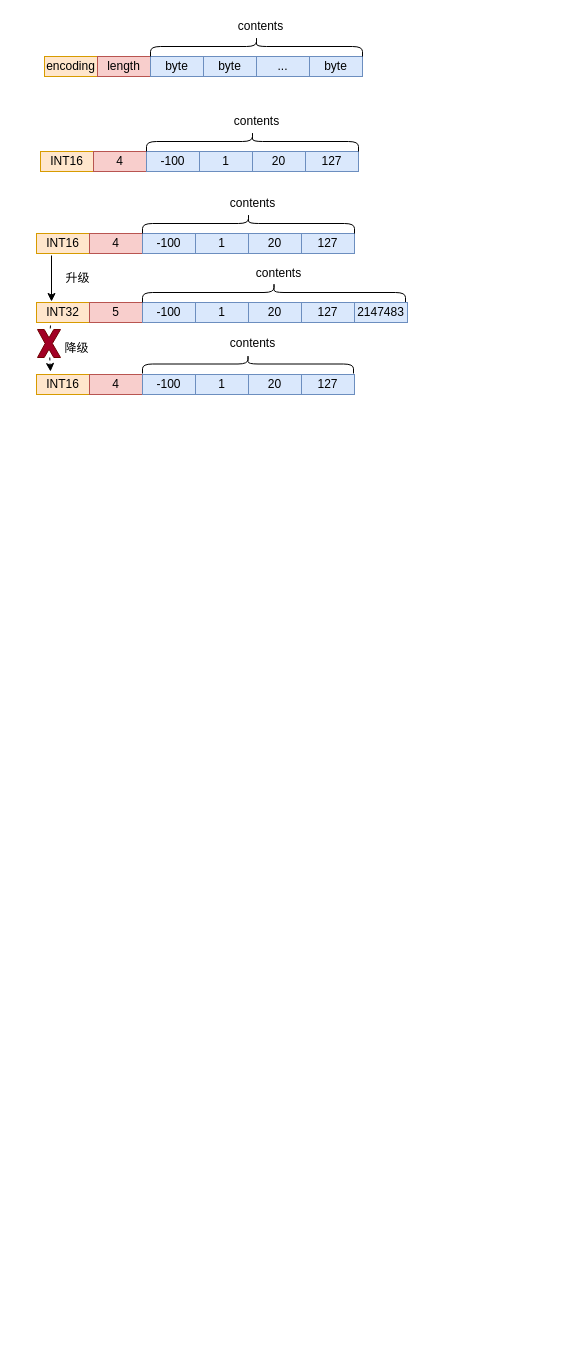
Before: objects/uml/intset.drawio in guozhaoxin/redis-src-code, a draw.io diagram. Source tidied: cells renumbered, new cells numbered last; positions are measured from the earlier drawing's top-left corner, leaving out a move shared by most shapes. Both pictures are drawn from the tidied source at 100%, with x=0, y=0 at pixel (36, 17).
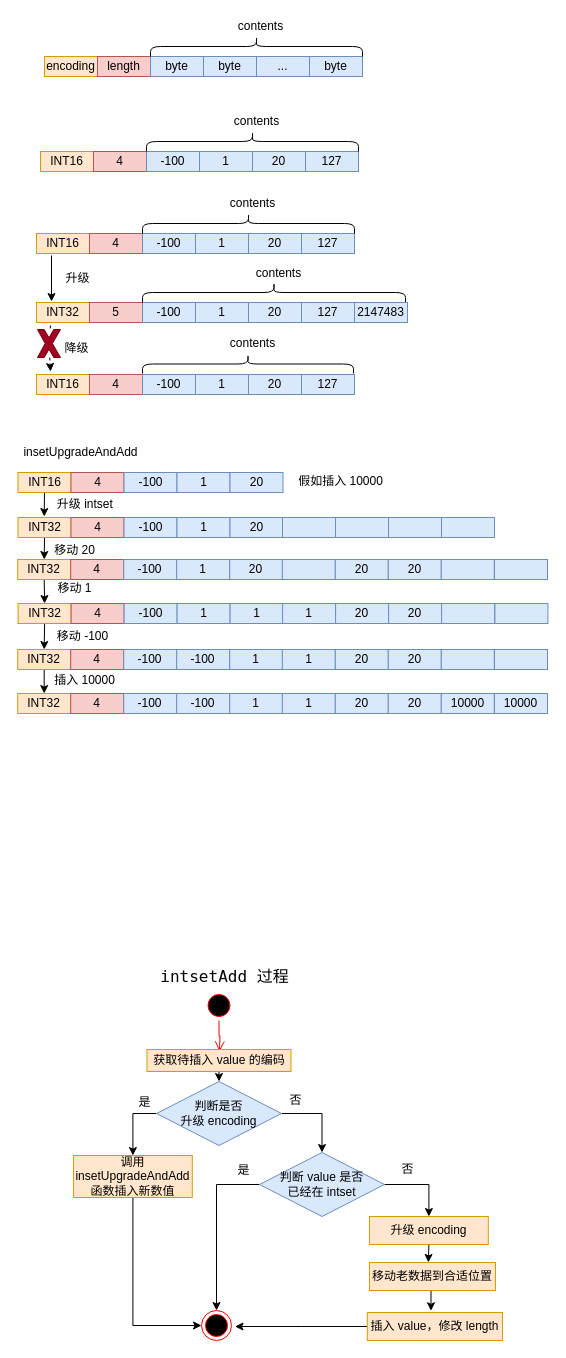
Above is the later version.

Commit message (it also covers changes not shown here):
:tada: 完成 intset 的整理

What changed in the source:
```diff
@@
+    <mxCell id="49" style="edgeStyle=orthogonalEdgeStyle;rounded=0;jettySize=auto;html=1;exitX=0.5;exitY=1;exitDx=0;exitDy=0;" parent="1" edge="1" source="50">
+      <mxGeometry relative="1" as="geometry">
+        <mxPoint x="7.7" y="499" as="targetPoint" />
+      </mxGeometry>
+    </mxCell>
+    <mxCell id="50" value="INT16" style="rounded=0;whiteSpace=wrap;html=1;fillColor=#ffe6cc;strokeColor=#d79b00;" parent="1" vertex="1">
+      <mxGeometry x="-18.5" y="455" width="53" height="20" as="geometry" />
+    </mxCell>
+    <mxCell id="51" value="4" style="rounded=0;whiteSpace=wrap;html=1;fillColor=#f8cecc;strokeColor=#b85450;" parent="1" vertex="1">
+      <mxGeometry x="34.5" y="455" width="53" height="20" as="geometry" />
+    </mxCell>
+    <mxCell id="52" value="-100" style="rounded=0;whiteSpace=wrap;html=1;fillColor=#dae8fc;strokeColor=#6c8ebf;" parent="1" vertex="1">
+      <mxGeometry x="87.5" y="455" width="53" height="20" as="geometry" />
+    </mxCell>
+    <mxCell id="53" value="1" style="rounded=0;whiteSpace=wrap;html=1;fillColor=#dae8fc;strokeColor=#6c8ebf;" parent="1" vertex="1">
+      <mxGeometry x="140.5" y="455" width="53" height="20" as="geometry" />
+    </mxCell>
+    <mxCell id="54" value="20" style="rounded=0;whiteSpace=wrap;html=1;fillColor=#dae8fc;strokeColor=#6c8ebf;" parent="1" vertex="1">
+      <mxGeometry x="193.5" y="455" width="53" height="20" as="geometry" />
+    </mxCell>
+    <mxCell id="55" style="edgeStyle=orthogonalEdgeStyle;rounded=0;jettySize=auto;html=1;exitX=0.5;exitY=1;exitDx=0;exitDy=0;entryX=0.5;entryY=0;entryDx=0;entryDy=0;" parent="1" edge="1" source="56" target="67">
+      <mxGeometry relative="1" as="geometry" />
+    </mxCell>
+    <mxCell id="56" value="INT32" style="rounded=0;whiteSpace=wrap;html=1;fillColor=#ffe6cc;strokeColor=#d79b00;" parent="1" vertex="1">
+      <mxGeometry x="-18.5" y="500" width="53" height="20" as="geometry" />
+    </mxCell>
+    <mxCell id="57" value="4" style="rounded=0;whiteSpace=wrap;html=1;fillColor=#f8cecc;strokeColor=#b85450;" parent="1" vertex="1">
+      <mxGeometry x="34.5" y="500" width="53" height="20" as="geometry" />
+    </mxCell>
+    <mxCell id="58" value="-100" style="rounded=0;whiteSpace=wrap;html=1;fillColor=#dae8fc;strokeColor=#6c8ebf;" parent="1" vertex="1">
+      <mxGeometry x="87.5" y="500" width="53" height="20" as="geometry" />
+    </mxCell>
+    <mxCell id="59" value="1" style="rounded=0;whiteSpace=wrap;html=1;fillColor=#dae8fc;strokeColor=#6c8ebf;" parent="1" vertex="1">
+      <mxGeometry x="140.5" y="500" width="53" height="20" as="geometry" />
+    </mxCell>
+    <mxCell id="60" value="20" style="rounded=0;whiteSpace=wrap;html=1;fillColor=#dae8fc;strokeColor=#6c8ebf;" parent="1" vertex="1">
+      <mxGeometry x="193.5" y="500" width="53" height="20" as="geometry" />
+    </mxCell>
+    <mxCell id="61" style="rounded=0;whiteSpace=wrap;html=1;fillColor=#dae8fc;strokeColor=#6c8ebf;" parent="1" vertex="1">
+      <mxGeometry x="246" y="500" width="53" height="20" as="geometry" />
+    </mxCell>
+    <mxCell id="62" style="rounded=0;whiteSpace=wrap;html=1;fillColor=#dae8fc;strokeColor=#6c8ebf;" parent="1" vertex="1">
+      <mxGeometry x="299" y="500" width="53" height="20" as="geometry" />
+    </mxCell>
+    <mxCell id="63" style="rounded=0;whiteSpace=wrap;html=1;fillColor=#dae8fc;strokeColor=#6c8ebf;" parent="1" vertex="1">
+      <mxGeometry x="352" y="500" width="53" height="20" as="geometry" />
+    </mxCell>
+    <mxCell id="64" value="insetUpgradeAndAdd" style="text;html=1;align=center;verticalAlign=middle;strokeColor=none;fillColor=none;" parent="1" vertex="1">
+      <mxGeometry x="-18.5" y="426" width="124" height="18" as="geometry" />
+    </mxCell>
+    <mxCell id="65" style="rounded=0;whiteSpace=wrap;html=1;fillColor=#dae8fc;strokeColor=#6c8ebf;" parent="1" vertex="1">
+      <mxGeometry x="405" y="500" width="53" height="20" as="geometry" />
+    </mxCell>
+    <mxCell id="66" style="edgeStyle=orthogonalEdgeStyle;rounded=0;jettySize=auto;html=1;exitX=0.5;exitY=1;exitDx=0;exitDy=0;entryX=0.5;entryY=0;entryDx=0;entryDy=0;" parent="1" edge="1" source="67" target="79">
+      <mxGeometry relative="1" as="geometry" />
+    </mxCell>
+    <mxCell id="67" value="INT32" style="rounded=0;whiteSpace=wrap;html=1;fillColor=#ffe6cc;strokeColor=#d79b00;" parent="1" vertex="1">
+      <mxGeometry x="-18.8" y="542" width="53" height="20" as="geometry" />
+    </mxCell>
+    <mxCell id="68" value="4" style="rounded=0;whiteSpace=wrap;html=1;fillColor=#f8cecc;strokeColor=#b85450;" parent="1" vertex="1">
+      <mxGeometry x="34.2" y="542" width="53" height="20" as="geometry" />
+    </mxCell>
+    <mxCell id="69" value="-100" style="rounded=0;whiteSpace=wrap;html=1;fillColor=#dae8fc;strokeColor=#6c8ebf;" parent="1" vertex="1">
+      <mxGeometry x="87.2" y="542" width="53" height="20" as="geometry" />
+    </mxCell>
+    <mxCell id="70" value="1" style="rounded=0;whiteSpace=wrap;html=1;fillColor=#dae8fc;strokeColor=#6c8ebf;" parent="1" vertex="1">
+      <mxGeometry x="140.2" y="542" width="53" height="20" as="geometry" />
+    </mxCell>
+    <mxCell id="71" value="20" style="rounded=0;whiteSpace=wrap;html=1;fillColor=#dae8fc;strokeColor=#6c8ebf;" parent="1" vertex="1">
+      <mxGeometry x="193.2" y="542" width="53" height="20" as="geometry" />
+    </mxCell>
+    <mxCell id="72" style="rounded=0;whiteSpace=wrap;html=1;fillColor=#dae8fc;strokeColor=#6c8ebf;" parent="1" vertex="1">
+      <mxGeometry x="245.8" y="542" width="53" height="20" as="geometry" />
+    </mxCell>
+    <mxCell id="73" value="20" style="rounded=0;whiteSpace=wrap;html=1;fillColor=#dae8fc;strokeColor=#6c8ebf;" parent="1" vertex="1">
+      <mxGeometry x="298.8" y="542" width="53" height="20" as="geometry" />
+    </mxCell>
+    <mxCell id="74" value="20" style="rounded=0;whiteSpace=wrap;html=1;fillColor=#dae8fc;strokeColor=#6c8ebf;" parent="1" vertex="1">
+      <mxGeometry x="351.8" y="542" width="53" height="20" as="geometry" />
+    </mxCell>
+    <mxCell id="75" style="rounded=0;whiteSpace=wrap;html=1;fillColor=#dae8fc;strokeColor=#6c8ebf;" parent="1" vertex="1">
+      <mxGeometry x="404.8" y="542" width="53" height="20" as="geometry" />
+    </mxCell>
+    <mxCell id="76" value="假如插入 10000" style="text;html=1;align=center;verticalAlign=middle;strokeColor=none;fillColor=none;" parent="1" vertex="1">
+      <mxGeometry x="256.8" y="455" width="95" height="18" as="geometry" />
+    </mxCell>
+    <mxCell id="77" style="rounded=0;whiteSpace=wrap;html=1;fillColor=#dae8fc;strokeColor=#6c8ebf;" parent="1" vertex="1">
+      <mxGeometry x="458" y="542" width="53" height="20" as="geometry" />
+    </mxCell>
+    <mxCell id="78" style="edgeStyle=orthogonalEdgeStyle;rounded=0;jettySize=auto;html=1;exitX=0.5;exitY=1;exitDx=0;exitDy=0;entryX=0.5;entryY=0;entryDx=0;entryDy=0;" parent="1" edge="1" source="79" target="90">
+      <mxGeometry relative="1" as="geometry" />
+    </mxCell>
+    <mxCell id="79" value="INT32" style="rounded=0;whiteSpace=wrap;html=1;fillColor=#ffe6cc;strokeColor=#d79b00;" parent="1" vertex="1">
+      <mxGeometry x="-18.4" y="586" width="53" height="20" as="geometry" />
+    </mxCell>
+    <mxCell id="80" value="4" style="rounded=0;whiteSpace=wrap;html=1;fillColor=#f8cecc;strokeColor=#b85450;" parent="1" vertex="1">
+      <mxGeometry x="34.6" y="586" width="53" height="20" as="geometry" />
+    </mxCell>
+    <mxCell id="81" value="-100" style="rounded=0;whiteSpace=wrap;html=1;fillColor=#dae8fc;strokeColor=#6c8ebf;" parent="1" vertex="1">
+      <mxGeometry x="87.6" y="586" width="53" height="20" as="geometry" />
+    </mxCell>
+    <mxCell id="82" value="1" style="rounded=0;whiteSpace=wrap;html=1;fillColor=#dae8fc;strokeColor=#6c8ebf;" parent="1" vertex="1">
+      <mxGeometry x="140.6" y="586" width="53" height="20" as="geometry" />
+    </mxCell>
+    <mxCell id="83" value="1" style="rounded=0;whiteSpace=wrap;html=1;fillColor=#dae8fc;strokeColor=#6c8ebf;" parent="1" vertex="1">
+      <mxGeometry x="193.6" y="586" width="53" height="20" as="geometry" />
+    </mxCell>
+    <mxCell id="84" value="1" style="rounded=0;whiteSpace=wrap;html=1;fillColor=#dae8fc;strokeColor=#6c8ebf;" parent="1" vertex="1">
+      <mxGeometry x="246.1" y="586" width="53" height="20" as="geometry" />
+    </mxCell>
+    <mxCell id="85" value="20" style="rounded=0;whiteSpace=wrap;html=1;fillColor=#dae8fc;strokeColor=#6c8ebf;" parent="1" vertex="1">
+      <mxGeometry x="299.1" y="586" width="53" height="20" as="geometry" />
+    </mxCell>
+    <mxCell id="86" value="20" style="rounded=0;whiteSpace=wrap;html=1;fillColor=#dae8fc;strokeColor=#6c8ebf;" parent="1" vertex="1">
+      <mxGeometry x="352.1" y="586" width="53" height="20" as="geometry" />
+    </mxCell>
+    <mxCell id="87" style="rounded=0;whiteSpace=wrap;html=1;fillColor=#dae8fc;strokeColor=#6c8ebf;" parent="1" vertex="1">
+      <mxGeometry x="405.1" y="586" width="53" height="20" as="geometry" />
+    </mxCell>
+    <mxCell id="88" style="rounded=0;whiteSpace=wrap;html=1;fillColor=#dae8fc;strokeColor=#6c8ebf;" parent="1" vertex="1">
+      <mxGeometry x="458.4" y="586" width="53" height="20" as="geometry" />
+    </mxCell>
+    <mxCell id="89" style="edgeStyle=orthogonalEdgeStyle;rounded=0;jettySize=auto;html=1;exitX=0.5;exitY=1;exitDx=0;exitDy=0;entryX=0.5;entryY=0;entryDx=0;entryDy=0;" parent="1" edge="1" source="90" target="100">
+      <mxGeometry relative="1" as="geometry" />
+    </mxCell>
+    <mxCell id="90" value="INT32" style="rounded=0;whiteSpace=wrap;html=1;fillColor=#ffe6cc;strokeColor=#d79b00;" parent="1" vertex="1">
+      <mxGeometry x="-18.8" y="632" width="53" height="20" as="geometry" />
+    </mxCell>
+    <mxCell id="91" value="4" style="rounded=0;whiteSpace=wrap;html=1;fillColor=#f8cecc;strokeColor=#b85450;" parent="1" vertex="1">
+      <mxGeometry x="34.2" y="632" width="53" height="20" as="geometry" />
+    </mxCell>
+    <mxCell id="92" value="-100" style="rounded=0;whiteSpace=wrap;html=1;fillColor=#dae8fc;strokeColor=#6c8ebf;" parent="1" vertex="1">
+      <mxGeometry x="87.2" y="632" width="53" height="20" as="geometry" />
+    </mxCell>
+    <mxCell id="93" value="-100" style="rounded=0;whiteSpace=wrap;html=1;fillColor=#dae8fc;strokeColor=#6c8ebf;" parent="1" vertex="1">
+      <mxGeometry x="140.2" y="632" width="53" height="20" as="geometry" />
+    </mxCell>
+    <mxCell id="94" value="1" style="rounded=0;whiteSpace=wrap;html=1;fillColor=#dae8fc;strokeColor=#6c8ebf;" parent="1" vertex="1">
+      <mxGeometry x="193.2" y="632" width="53" height="20" as="geometry" />
+    </mxCell>
+    <mxCell id="95" value="1" style="rounded=0;whiteSpace=wrap;html=1;fillColor=#dae8fc;strokeColor=#6c8ebf;" parent="1" vertex="1">
+      <mxGeometry x="245.8" y="632" width="53" height="20" as="geometry" />
+    </mxCell>
+    <mxCell id="96" value="20" style="rounded=0;whiteSpace=wrap;html=1;fillColor=#dae8fc;strokeColor=#6c8ebf;" parent="1" vertex="1">
+      <mxGeometry x="298.8" y="632" width="53" height="20" as="geometry" />
+    </mxCell>
+    <mxCell id="97" value="20" style="rounded=0;whiteSpace=wrap;html=1;fillColor=#dae8fc;strokeColor=#6c8ebf;" parent="1" vertex="1">
+      <mxGeometry x="351.8" y="632" width="53" height="20" as="geometry" />
+    </mxCell>
+    <mxCell id="98" style="rounded=0;whiteSpace=wrap;html=1;fillColor=#dae8fc;strokeColor=#6c8ebf;" parent="1" vertex="1">
+      <mxGeometry x="404.8" y="632" width="53" height="20" as="geometry" />
+    </mxCell>
+    <mxCell id="99" style="rounded=0;whiteSpace=wrap;html=1;fillColor=#dae8fc;strokeColor=#6c8ebf;" parent="1" vertex="1">
+      <mxGeometry x="458" y="632" width="53" height="20" as="geometry" />
+    </mxCell>
+    <mxCell id="100" value="INT32" style="rounded=0;whiteSpace=wrap;html=1;fillColor=#ffe6cc;strokeColor=#d79b00;" parent="1" vertex="1">
+      <mxGeometry x="-18.8" y="676" width="53" height="20" as="geometry" />
+    </mxCell>
+    <mxCell id="101" value="4" style="rounded=0;whiteSpace=wrap;html=1;fillColor=#f8cecc;strokeColor=#b85450;" parent="1" vertex="1">
+      <mxGeometry x="34.2" y="676" width="53" height="20" as="geometry" />
+    </mxCell>
+    <mxCell id="102" value="-100" style="rounded=0;whiteSpace=wrap;html=1;fillColor=#dae8fc;strokeColor=#6c8ebf;" parent="1" vertex="1">
+      <mxGeometry x="87.2" y="676" width="53" height="20" as="geometry" />
+    </mxCell>
+    <mxCell id="103" value="-100" style="rounded=0;whiteSpace=wrap;html=1;fillColor=#dae8fc;strokeColor=#6c8ebf;" parent="1" vertex="1">
+      <mxGeometry x="140.2" y="676" width="53" height="20" as="geometry" />
+    </mxCell>
+    <mxCell id="104" value="1" style="rounded=0;whiteSpace=wrap;html=1;fillColor=#dae8fc;strokeColor=#6c8ebf;" parent="1" vertex="1">
+      <mxGeometry x="193.2" y="676" width="53" height="20" as="geometry" />
+    </mxCell>
+    <mxCell id="105" value="1" style="rounded=0;whiteSpace=wrap;html=1;fillColor=#dae8fc;strokeColor=#6c8ebf;" parent="1" vertex="1">
+      <mxGeometry x="245.8" y="676" width="53" height="20" as="geometry" />
+    </mxCell>
+    <mxCell id="106" value="20" style="rounded=0;whiteSpace=wrap;html=1;fillColor=#dae8fc;strokeColor=#6c8ebf;" parent="1" vertex="1">
+      <mxGeometry x="298.8" y="676" width="53" height="20" as="geometry" />
+    </mxCell>
+    <mxCell id="107" value="20" style="rounded=0;whiteSpace=wrap;html=1;fillColor=#dae8fc;strokeColor=#6c8ebf;" parent="1" vertex="1">
+      <mxGeometry x="351.8" y="676" width="53" height="20" as="geometry" />
+    </mxCell>
+    <mxCell id="108" value="10000" style="rounded=0;whiteSpace=wrap;html=1;fillColor=#dae8fc;strokeColor=#6c8ebf;" parent="1" vertex="1">
+      <mxGeometry x="404.8" y="676" width="53" height="20" as="geometry" />
+    </mxCell>
+    <mxCell id="109" value="10000" style="rounded=0;whiteSpace=wrap;html=1;fillColor=#dae8fc;strokeColor=#6c8ebf;" parent="1" vertex="1">
+      <mxGeometry x="458" y="676" width="53" height="20" as="geometry" />
+    </mxCell>
+    <mxCell id="110" value="升级 intset&amp;nbsp;" style="text;html=1;align=center;verticalAlign=middle;strokeColor=none;fillColor=none;" parent="1" vertex="1">
+      <mxGeometry x="15" y="478" width="69" height="18" as="geometry" />
+    </mxCell>
+    <mxCell id="111" value="移动 20" style="text;html=1;align=center;verticalAlign=middle;strokeColor=none;fillColor=none;" parent="1" vertex="1">
+      <mxGeometry x="12" y="524" width="51" height="18" as="geometry" />
+    </mxCell>
+    <mxCell id="112" value="移动 1" style="text;html=1;align=center;verticalAlign=middle;strokeColor=none;fillColor=none;" parent="1" vertex="1">
+      <mxGeometry x="15.5" y="562" width="44" height="18" as="geometry" />
+    </mxCell>
+    <mxCell id="113" value="移动 -100" style="text;html=1;align=center;verticalAlign=middle;strokeColor=none;fillColor=none;" parent="1" vertex="1">
+      <mxGeometry x="15" y="610" width="61" height="18" as="geometry" />
+    </mxCell>
+    <mxCell id="114" value="插入 10000" style="text;html=1;align=center;verticalAlign=middle;strokeColor=none;fillColor=none;" parent="1" vertex="1">
+      <mxGeometry x="12" y="654" width="71" height="18" as="geometry" />
+    </mxCell>
+    <mxCell id="115" style="ellipse;html=1;shape=startState;fillColor=#000000;strokeColor=#ff0000;" parent="1" vertex="1">
+      <mxGeometry x="167.5" y="973" width="30" height="30" as="geometry" />
+    </mxCell>
+    <mxCell id="116" style="edgeStyle=orthogonalEdgeStyle;html=1;verticalAlign=bottom;endArrow=open;endSize=8;strokeColor=#ff0000;rounded=0;" parent="1" edge="1" source="115">
+      <mxGeometry relative="1" as="geometry">
+        <mxPoint x="183" y="1034" as="targetPoint" />
+      </mxGeometry>
+    </mxCell>
+    <mxCell id="117" value="&lt;div style=&quot;background-color: rgb(255, 255, 255); font-family: Menlo, Monaco, &amp;quot;Courier New&amp;quot;, monospace; font-size: 16px; line-height: 24px;&quot;&gt;intsetAdd 过程&lt;/div&gt;" style="text;html=1;align=center;verticalAlign=middle;strokeColor=none;fillColor=none;" parent="1" vertex="1">
+      <mxGeometry x="119.2" y="945" width="138" height="28" as="geometry" />
+    </mxCell>
+    <mxCell id="118" style="edgeStyle=orthogonalEdgeStyle;rounded=0;jettySize=auto;html=1;exitX=0.5;exitY=1;exitDx=0;exitDy=0;entryX=0.5;entryY=0;entryDx=0;entryDy=0;" parent="1" edge="1" source="119" target="122">
+      <mxGeometry relative="1" as="geometry" />
+    </mxCell>
+    <mxCell id="119" value="获取待插入 value 的编码" style="rounded=0;whiteSpace=wrap;html=1;fillColor=#ffe6cc;strokeColor=#d79b00;" parent="1" vertex="1">
+      <mxGeometry x="110.5" y="1032" width="144" height="22" as="geometry" />
+    </mxCell>
+    <mxCell id="120" style="edgeStyle=orthogonalEdgeStyle;rounded=0;jettySize=auto;html=1;exitX=0;exitY=0.5;exitDx=0;exitDy=0;entryX=0.5;entryY=0;entryDx=0;entryDy=0;" parent="1" edge="1" source="122" target="124">
+      <mxGeometry relative="1" as="geometry" />
+    </mxCell>
+    <mxCell id="121" style="edgeStyle=orthogonalEdgeStyle;rounded=0;jettySize=auto;html=1;exitX=1;exitY=0.5;exitDx=0;exitDy=0;entryX=0.5;entryY=0;entryDx=0;entryDy=0;" parent="1" edge="1" source="122" target="127">
+      <mxGeometry relative="1" as="geometry" />
+    </mxCell>
+    <mxCell id="122" value="判断是否&lt;br&gt;升级 encoding" style="rhombus;whiteSpace=wrap;html=1;fillColor=#dae8fc;strokeColor=#6c8ebf;" parent="1" vertex="1">
+      <mxGeometry x="120" y="1064" width="125" height="64" as="geometry" />
+    </mxCell>
+    <mxCell id="123" style="edgeStyle=orthogonalEdgeStyle;rounded=0;jettySize=auto;html=1;exitX=0.5;exitY=1;exitDx=0;exitDy=0;entryX=0;entryY=0.5;entryDx=0;entryDy=0;" parent="1" edge="1" source="124" target="128">
+      <mxGeometry relative="1" as="geometry" />
+    </mxCell>
+    <mxCell id="124" value="调用 insetUpgradeAndAdd&lt;br&gt;函数插入新数值" style="rounded=0;whiteSpace=wrap;html=1;fillColor=#ffe6cc;strokeColor=#d79b00;" parent="1" vertex="1">
+      <mxGeometry x="37" y="1138" width="118.8" height="42" as="geometry" />
+    </mxCell>
+    <mxCell id="125" style="edgeStyle=orthogonalEdgeStyle;rounded=0;jettySize=auto;html=1;exitX=0;exitY=0.5;exitDx=0;exitDy=0;entryX=0.5;entryY=0;entryDx=0;entryDy=0;" parent="1" edge="1" source="127" target="128">
+      <mxGeometry relative="1" as="geometry" />
+    </mxCell>
+    <mxCell id="126" style="edgeStyle=orthogonalEdgeStyle;rounded=0;jettySize=auto;html=1;exitX=1;exitY=0.5;exitDx=0;exitDy=0;" parent="1" edge="1" source="127" target="131">
+      <mxGeometry relative="1" as="geometry" />
+    </mxCell>
+    <mxCell id="127" value="判断 value 是否&lt;br&gt;已经在 intset" style="rhombus;whiteSpace=wrap;html=1;fillColor=#dae8fc;strokeColor=#6c8ebf;" parent="1" vertex="1">
+      <mxGeometry x="223" y="1135" width="125" height="64" as="geometry" />
+    </mxCell>
+    <mxCell id="128" style="ellipse;html=1;shape=endState;fillColor=#000000;strokeColor=#ff0000;" parent="1" vertex="1">
+      <mxGeometry x="165" y="1293" width="30" height="30" as="geometry" />
+    </mxCell>
+    <mxCell id="129" value="是" style="text;html=1;align=center;verticalAlign=middle;strokeColor=none;fillColor=none;" parent="1" vertex="1">
+      <mxGeometry x="196" y="1144" width="22" height="18" as="geometry" />
+    </mxCell>
+    <mxCell id="130" style="edgeStyle=orthogonalEdgeStyle;rounded=0;jettySize=auto;html=1;exitX=0.5;exitY=1;exitDx=0;exitDy=0;entryX=0.467;entryY=-0.003;entryDx=0;entryDy=0;entryPerimeter=0;" parent="1" edge="1" source="131" target="133">
+      <mxGeometry relative="1" as="geometry" />
+    </mxCell>
+    <mxCell id="131" value="升级 encoding" style="rounded=0;whiteSpace=wrap;html=1;fillColor=#ffe6cc;strokeColor=#d79b00;" parent="1" vertex="1">
+      <mxGeometry x="333" y="1199" width="118.8" height="28" as="geometry" />
+    </mxCell>
+    <mxCell id="132" style="edgeStyle=orthogonalEdgeStyle;rounded=0;jettySize=auto;html=1;exitX=0.5;exitY=1;exitDx=0;exitDy=0;entryX=0.471;entryY=-0.061;entryDx=0;entryDy=0;entryPerimeter=0;" parent="1" edge="1" source="133" target="135">
+      <mxGeometry relative="1" as="geometry" />
+    </mxCell>
+    <mxCell id="133" value="移动老数据到合适位置" style="rounded=0;whiteSpace=wrap;html=1;fillColor=#ffe6cc;strokeColor=#d79b00;" parent="1" vertex="1">
+      <mxGeometry x="333" y="1245" width="126" height="28" as="geometry" />
+    </mxCell>
+    <mxCell id="134" style="edgeStyle=orthogonalEdgeStyle;rounded=0;jettySize=auto;html=1;" parent="1" edge="1" source="135">
+      <mxGeometry relative="1" as="geometry">
+        <mxPoint x="198.5" y="1309" as="targetPoint" />
+      </mxGeometry>
+    </mxCell>
+    <mxCell id="135" value="插入 value，修改 length" style="rounded=0;whiteSpace=wrap;html=1;fillColor=#ffe6cc;strokeColor=#d79b00;" parent="1" vertex="1">
+      <mxGeometry x="330.8" y="1295" width="135.2" height="28" as="geometry" />
+    </mxCell>
+    <mxCell id="136" value="否" style="text;html=1;align=center;verticalAlign=middle;strokeColor=none;fillColor=none;" parent="1" vertex="1">
+      <mxGeometry x="360" y="1143" width="22" height="18" as="geometry" />
+    </mxCell>
+    <mxCell id="137" value="是" style="text;html=1;align=center;verticalAlign=middle;strokeColor=none;fillColor=none;" parent="1" vertex="1">
+      <mxGeometry x="97" y="1076" width="22" height="18" as="geometry" />
+    </mxCell>
+    <mxCell id="138" value="否" style="text;html=1;align=center;verticalAlign=middle;strokeColor=none;fillColor=none;" parent="1" vertex="1">
+      <mxGeometry x="248" y="1074" width="22" height="18" as="geometry" />
+    </mxCell>
```
